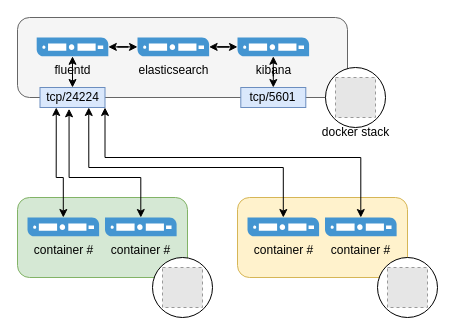
This is fluentd+elk.drawio from jhatala-myth/docker-logs, a draw.io file, before an edit. Source tidied: cells renumbered, new cells numbered last; positions are measured from the earlier drawing's top-left corner, leaving out a move shared by most shapes. Both pictures are drawn from the tidied source at 100%, with x=0, y=0 at pixel (17, 17). Pictures stored in the file or linked from it are replaced by grey dashed boxes.
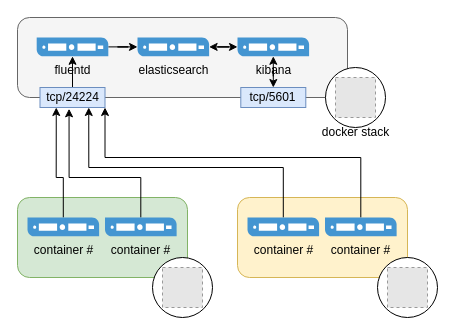
The same page after the edit.

Unchanged cells that the change refers to:
```xml
<mxCell id="4" value="fluentd" style="shadow=0;dashed=0;html=1;strokeColor=none;fillColor=#4495D1;labelPosition=center;verticalLabelPosition=bottom;verticalAlign=top;align=center;outlineConnect=0;shape=mxgraph.veeam.server;" parent="1" vertex="1">
  <mxGeometry x="19.2" y="20" width="71.6" height="18.8" as="geometry" />
</mxCell>
<mxCell id="6" value="elasticsearch" style="shadow=0;dashed=0;html=1;strokeColor=none;fillColor=#4495D1;labelPosition=center;verticalLabelPosition=bottom;verticalAlign=top;align=center;outlineConnect=0;shape=mxgraph.veeam.server;" parent="1" vertex="1">
  <mxGeometry x="120" y="20" width="71.6" height="18.8" as="geometry" />
</mxCell>
<mxCell id="13" value="tcp/24224" style="rounded=0;whiteSpace=wrap;html=1;fillColor=#dae8fc;strokeColor=#6c8ebf;" parent="1" vertex="1">
  <mxGeometry x="22.5" y="70" width="65" height="20" as="geometry" />
</mxCell>
<mxCell id="18" value="container #" style="shadow=0;dashed=0;html=1;strokeColor=none;fillColor=#4495D1;labelPosition=center;verticalLabelPosition=bottom;verticalAlign=top;align=center;outlineConnect=0;shape=mxgraph.veeam.server;" parent="1" vertex="1">
  <mxGeometry x="10" y="200" width="71.6" height="18.8" as="geometry" />
</mxCell>
<mxCell id="20" value="container #" style="shadow=0;dashed=0;html=1;strokeColor=none;fillColor=#4495D1;labelPosition=center;verticalLabelPosition=bottom;verticalAlign=top;align=center;outlineConnect=0;shape=mxgraph.veeam.server;" parent="1" vertex="1">
  <mxGeometry x="87.5" y="200" width="71.6" height="18.8" as="geometry" />
</mxCell>
<mxCell id="23" value="container #" style="shadow=0;dashed=0;html=1;strokeColor=none;fillColor=#4495D1;labelPosition=center;verticalLabelPosition=bottom;verticalAlign=top;align=center;outlineConnect=0;shape=mxgraph.veeam.server;" parent="1" vertex="1">
  <mxGeometry x="230" y="200" width="71.6" height="18.8" as="geometry" />
</mxCell>
<mxCell id="25" value="container #" style="shadow=0;dashed=0;html=1;strokeColor=none;fillColor=#4495D1;labelPosition=center;verticalLabelPosition=bottom;verticalAlign=top;align=center;outlineConnect=0;shape=mxgraph.veeam.server;" parent="1" vertex="1">
  <mxGeometry x="307.5" y="200" width="71.6" height="18.8" as="geometry" />
</mxCell>
```

What changed in the source:
```diff
@@
-    <mxCell id="3" style="edgeStyle=orthogonalEdgeStyle;rounded=0;jettySize=auto;html=1;startArrow=classic;startFill=1;" parent="1" edge="1" source="4" target="6">
+    <mxCell id="3" style="edgeStyle=orthogonalEdgeStyle;rounded=0;jettySize=auto;html=1;startArrow=none;startFill=0;" parent="1" edge="1" source="4" target="6">
       <mxGeometry relative="1" as="geometry" />
     </mxCell>
@@
-    <mxCell id="12" style="edgeStyle=orthogonalEdgeStyle;rounded=0;jettySize=auto;html=1;startArrow=classic;startFill=1;" parent="1" edge="1" source="13" target="4">
+    <mxCell id="12" style="edgeStyle=orthogonalEdgeStyle;rounded=0;jettySize=auto;html=1;startArrow=none;startFill=0;endArrow=classic;endFill=1;" parent="1" edge="1" source="13" target="4">
       <mxGeometry relative="1" as="geometry" />
     </mxCell>
@@
-    <mxCell id="17" style="edgeStyle=orthogonalEdgeStyle;rounded=0;jettySize=auto;html=1;entryX=0.25;entryY=1;entryDx=0;entryDy=0;startArrow=classic;startFill=1;" parent="1" edge="1" source="18" target="13">
+    <mxCell id="17" style="edgeStyle=orthogonalEdgeStyle;rounded=0;jettySize=auto;html=1;entryX=0.25;entryY=1;entryDx=0;entryDy=0;startArrow=none;startFill=0;" parent="1" edge="1" source="18" target="13">
       <mxGeometry relative="1" as="geometry">
         <Array as="points">
           <mxPoint x="46" y="160" />
           <mxPoint x="39" y="160" />
         </Array>
       </mxGeometry>
     </mxCell>
@@
-    <mxCell id="19" style="edgeStyle=orthogonalEdgeStyle;rounded=0;jettySize=auto;html=1;entryX=0.447;entryY=1.064;entryDx=0;entryDy=0;entryPerimeter=0;startArrow=classic;startFill=1;" parent="1" edge="1" source="20" target="13">
+    <mxCell id="19" style="edgeStyle=orthogonalEdgeStyle;rounded=0;jettySize=auto;html=1;entryX=0.447;entryY=1.064;entryDx=0;entryDy=0;entryPerimeter=0;startArrow=none;startFill=0;" parent="1" edge="1" source="20" target="13">
       <mxGeometry relative="1" as="geometry">
         <Array as="points">
           <mxPoint x="123" y="160" />
           <mxPoint x="52" y="160" />
         </Array>
       </mxGeometry>
     </mxCell>
@@
-    <mxCell id="22" style="edgeStyle=orthogonalEdgeStyle;rounded=0;jettySize=auto;html=1;entryX=0.75;entryY=1;entryDx=0;entryDy=0;startArrow=classic;startFill=1;" parent="1" edge="1" source="23" target="13">
+    <mxCell id="22" style="edgeStyle=orthogonalEdgeStyle;rounded=0;jettySize=auto;html=1;entryX=0.75;entryY=1;entryDx=0;entryDy=0;startArrow=none;startFill=0;" parent="1" edge="1" source="23" target="13">
       <mxGeometry relative="1" as="geometry">
         <Array as="points">
           <mxPoint x="266" y="150" />
           <mxPoint x="71" y="150" />
         </Array>
       </mxGeometry>
     </mxCell>
@@
-    <mxCell id="24" style="edgeStyle=orthogonalEdgeStyle;rounded=0;jettySize=auto;html=1;entryX=1;entryY=1;entryDx=0;entryDy=0;startArrow=classic;startFill=1;" parent="1" edge="1" source="25" target="13">
+    <mxCell id="24" style="edgeStyle=orthogonalEdgeStyle;rounded=0;jettySize=auto;html=1;entryX=1;entryY=1;entryDx=0;entryDy=0;startArrow=none;startFill=0;" parent="1" edge="1" source="25" target="13">
       <mxGeometry relative="1" as="geometry">
         <Array as="points">
           <mxPoint x="343" y="140" />
           <mxPoint x="88" y="140" />
         </Array>
       </mxGeometry>
     </mxCell>
```
